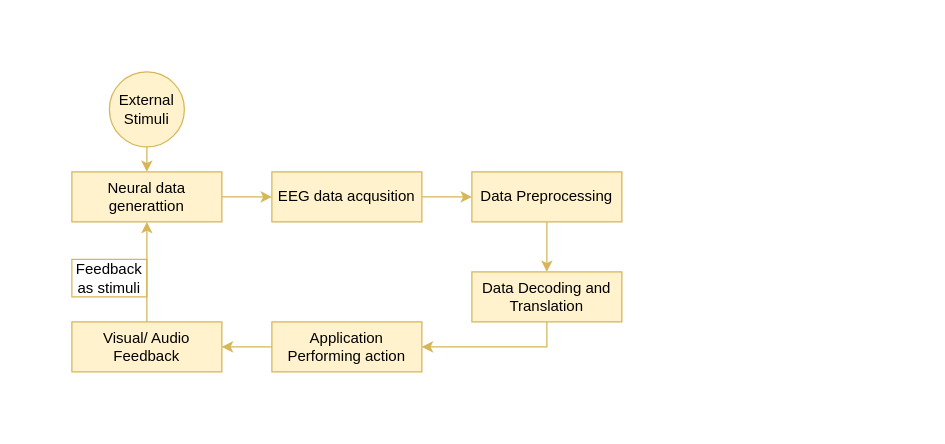
Before: BCI Lifecycle.drawio in iBibek/experiment-drawings, a draw.io diagram. Source tidied: cells renumbered, new cells numbered last; positions are measured from the earlier drawing's top-left corner, leaving out a move shared by most shapes. Both pictures are drawn from the tidied source at 125%, with x=0, y=0 at pixel (71, 71). Pictures stored in the file or linked from it are replaced by grey dashed boxes.
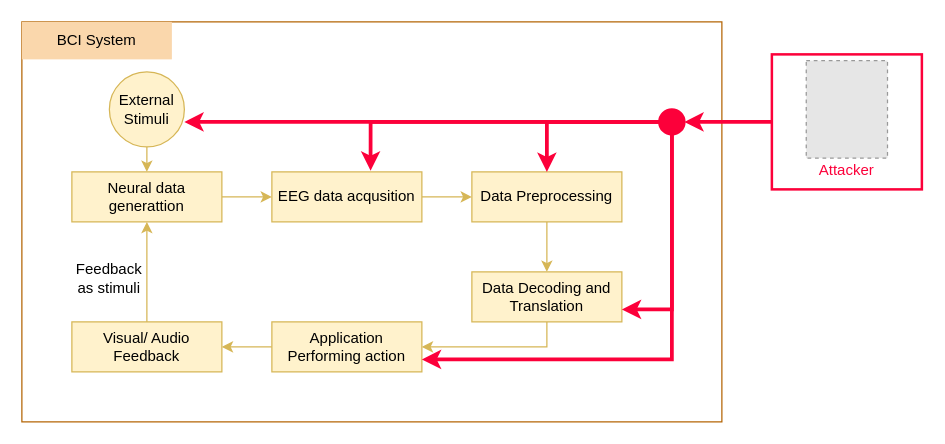
The same diagram, later.

Unchanged cells that the change refers to:
```xml
<mxCell id="5" value="EEG data acqusition" style="rounded=0;whiteSpace=wrap;html=1;fillColor=#fff2cc;strokeColor=#d6b656;" parent="1" vertex="1">
  <mxGeometry x="160" y="80" width="120" height="40" as="geometry" />
</mxCell>
<mxCell id="7" value="Data Preprocessing" style="rounded=0;whiteSpace=wrap;html=1;fillColor=#fff2cc;strokeColor=#d6b656;" parent="1" vertex="1">
  <mxGeometry x="320" y="80" width="120" height="40" as="geometry" />
</mxCell>
<mxCell id="9" value="Data Decoding and Translation" style="rounded=0;whiteSpace=wrap;html=1;fillColor=#fff2cc;strokeColor=#d6b656;" parent="1" vertex="1">
  <mxGeometry x="320" y="160" width="120" height="40" as="geometry" />
</mxCell>
<mxCell id="11" value="Application Performing action" style="whiteSpace=wrap;html=1;rounded=0;fillColor=#fff2cc;strokeColor=#d6b656;" parent="1" vertex="1">
  <mxGeometry x="160" y="200" width="120" height="40" as="geometry" />
</mxCell>
```

Change to the diagram source:
```diff
@@
+    <mxCell id="17" style="rounded=0;whiteSpace=wrap;html=1;strokeColor=#b46504;strokeWidth=1;fillColor=none;" parent="1" vertex="1">
+      <mxGeometry x="-40" y="-40" width="560" height="320" as="geometry" />
+    </mxCell>
+    <mxCell id="18" style="edgeStyle=orthogonalEdgeStyle;rounded=0;jettySize=auto;html=1;entryX=1;entryY=0.5;entryDx=0;entryDy=0;strokeColor=#FC003A;strokeWidth=3;" parent="1" edge="1" source="19" target="27">
+      <mxGeometry relative="1" as="geometry">
+        <Array as="points">
+          <mxPoint x="550" y="40" />
+          <mxPoint x="550" y="40" />
+        </Array>
+      </mxGeometry>
+    </mxCell>
+    <mxCell id="19" style="rounded=0;whiteSpace=wrap;html=1;fillColor=none;strokeColor=#FC003A;fontColor=#ffffff;gradientColor=#ffffff;strokeWidth=2;" parent="1" vertex="1">
+      <mxGeometry x="560" y="-14" width="120" height="108" as="geometry" />
+    </mxCell>
@@
-    <mxCell id="14" value="Feedback as stimuli" style="text;html=1;strokeColor=#d6b656;fillColor=none;align=center;verticalAlign=middle;whiteSpace=wrap;rounded=0;" parent="1" vertex="1">
+    <mxCell id="14" value="Feedback as stimuli" style="text;html=1;strokeColor=none;fillColor=none;align=center;verticalAlign=middle;whiteSpace=wrap;rounded=0;" parent="1" vertex="1">
       <mxGeometry y="150" width="60" height="30" as="geometry" />
     </mxCell>
@@
+    <mxCell id="20" style="fillColor=#E6E6E6;strokeColor=#999999;dashed=1;verticalLabelPosition=bottom;labelBackgroundColor=default;verticalAlign=top;" parent="1" vertex="1">
+      <mxGeometry x="587.5" y="-9" width="65" height="78" as="geometry" />
+    </mxCell>
+    <mxCell id="21" value="Attacker" style="text;html=1;strokeColor=none;fillColor=none;align=center;verticalAlign=middle;whiteSpace=wrap;rounded=0;fontColor=#FC003A;" parent="1" vertex="1">
+      <mxGeometry x="590" y="64" width="60" height="30" as="geometry" />
+    </mxCell>
+    <mxCell id="22" style="edgeStyle=orthogonalEdgeStyle;rounded=0;jettySize=auto;html=1;entryX=0.5;entryY=0;entryDx=0;entryDy=0;fillColor=#e51400;strokeColor=#FC003A;strokeWidth=3;" parent="1" edge="1" source="27" target="7">
+      <mxGeometry relative="1" as="geometry" />
+    </mxCell>
+    <mxCell id="23" style="edgeStyle=orthogonalEdgeStyle;rounded=0;jettySize=auto;html=1;entryX=1;entryY=0.75;entryDx=0;entryDy=0;fillColor=#e51400;strokeColor=#FC003A;strokeWidth=3;" parent="1" edge="1" source="27" target="11">
+      <mxGeometry relative="1" as="geometry">
+        <Array as="points">
+          <mxPoint x="480" y="230" />
+        </Array>
+      </mxGeometry>
+    </mxCell>
+    <mxCell id="24" style="edgeStyle=orthogonalEdgeStyle;rounded=0;jettySize=auto;html=1;fillColor=#e51400;strokeColor=#FC003A;strokeWidth=3;" parent="1" edge="1" source="27">
+      <mxGeometry relative="1" as="geometry">
+        <mxPoint x="90" y="40" as="targetPoint" />
+        <Array as="points">
+          <mxPoint x="190" y="40" />
+          <mxPoint x="190" y="40" />
+        </Array>
+      </mxGeometry>
+    </mxCell>
+    <mxCell id="25" style="edgeStyle=orthogonalEdgeStyle;rounded=0;jettySize=auto;html=1;entryX=0.658;entryY=-0.025;entryDx=0;entryDy=0;entryPerimeter=0;fillColor=#e51400;strokeColor=#FC003A;strokeWidth=3;" parent="1" edge="1" source="27" target="5">
+      <mxGeometry relative="1" as="geometry" />
+    </mxCell>
+    <mxCell id="26" style="edgeStyle=orthogonalEdgeStyle;rounded=0;jettySize=auto;html=1;entryX=1;entryY=0.75;entryDx=0;entryDy=0;fillColor=#e51400;strokeColor=#FC003A;strokeWidth=3;" parent="1" edge="1" source="27" target="9">
+      <mxGeometry relative="1" as="geometry">
+        <Array as="points">
+          <mxPoint x="480" y="190" />
+        </Array>
+      </mxGeometry>
+    </mxCell>
+    <mxCell id="27" style="ellipse;whiteSpace=wrap;html=1;strokeColor=#FC003A;strokeWidth=2;fillColor=#FC003A;gradientColor=none;" parent="1" vertex="1">
+      <mxGeometry x="470" y="30" width="20" height="20" as="geometry" />
+    </mxCell>
+    <mxCell id="28" value="BCI System" style="text;html=1;strokeColor=none;fillColor=#fad7ac;align=center;verticalAlign=middle;whiteSpace=wrap;rounded=0;" parent="1" vertex="1">
+      <mxGeometry x="-40" y="-40" width="120" height="30" as="geometry" />
+    </mxCell>
```
